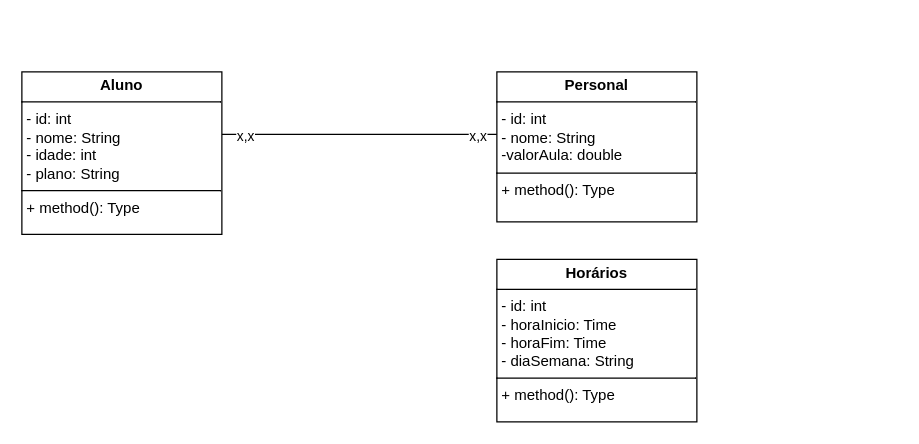
Earlier version of the draw.io diagram page "Detalhado" (1 of 2) of Academia-completo.drawio (kirigaya7447/Academia-Cadastros). Source tidied: cells renumbered, new cells numbered last; positions are measured from the earlier drawing's top-left corner, leaving out a move shared by most shapes. Both pictures are drawn from the tidied source at 125%, with x=0, y=0 at pixel (21, 71).
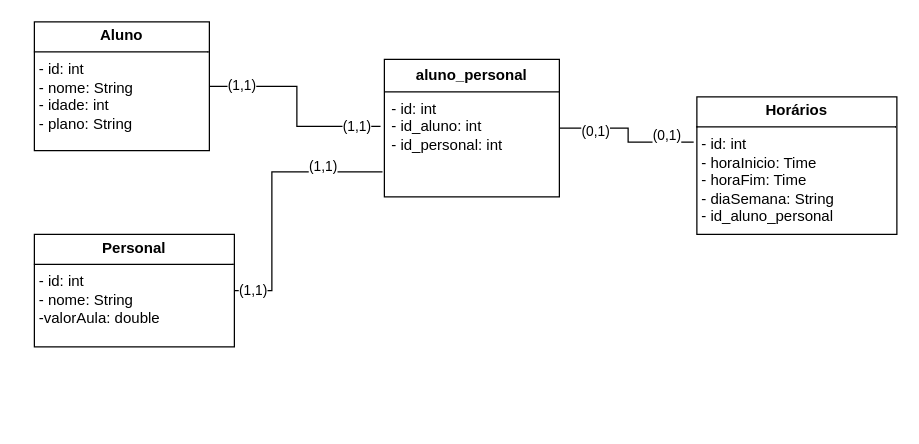
After the change.

The edit, as a diff of the source:
```diff
@@
 <mxGraphModel>
   <root>
     <mxCell id="0" />
     <mxCell id="1" parent="0" />
-    <mxCell id="2" style="edgeStyle=orthogonalEdgeStyle;rounded=0;orthogonalLoop=1;jettySize=auto;html=1;exitX=1;exitY=0.5;exitDx=0;exitDy=0;entryX=0;entryY=0.5;entryDx=0;entryDy=0;defaultLabelBackgroundColor=gap;endArrow=none;endFill=0;" parent="1" edge="1">
-      <mxGeometry relative="1" as="geometry">
-        <mxPoint x="160" y="50" as="sourcePoint" />
-        <mxPoint x="380" y="50" as="targetPoint" />
-      </mxGeometry>
-    </mxCell>
-    <mxCell id="3" value="x,x" style="edgeLabel;html=1;align=center;verticalAlign=middle;defaultLabelBackgroundColor=gap;" parent="2" vertex="1">
-      <mxGeometry x="0.85" y="-1" relative="1" as="geometry" />
-    </mxCell>
-    <mxCell id="4" value="x,x" style="edgeLabel;html=1;align=center;verticalAlign=middle;defaultLabelBackgroundColor=gap;" parent="2" vertex="1">
-      <mxGeometry x="-0.84" y="-1" relative="1" as="geometry" />
-    </mxCell>
-    <mxCell id="5" value="&lt;p style=&quot;margin:0px;margin-top:4px;text-align:center;&quot;&gt;&lt;b&gt;Aluno&lt;/b&gt;&lt;/p&gt;&lt;hr size=&quot;1&quot; style=&quot;border-style:solid;&quot;&gt;&lt;p style=&quot;margin:0px;margin-left:4px;&quot;&gt;- id: int&lt;/p&gt;&lt;p style=&quot;margin:0px;margin-left:4px;&quot;&gt;- nome: String&lt;/p&gt;&lt;p style=&quot;margin:0px;margin-left:4px;&quot;&gt;- idade: int&lt;/p&gt;&lt;p style=&quot;margin:0px;margin-left:4px;&quot;&gt;- plano: String&lt;/p&gt;&lt;hr size=&quot;1&quot; style=&quot;border-style:solid;&quot;&gt;&lt;p style=&quot;margin:0px;margin-left:4px;&quot;&gt;+ method(): Type&lt;/p&gt;" style="verticalAlign=top;align=left;overflow=fill;html=1;whiteSpace=wrap;" parent="1" vertex="1">
-      <mxGeometry width="160" height="130" as="geometry" />
+    <mxCell id="5" value="&lt;p style=&quot;margin:0px;margin-top:4px;text-align:center;&quot;&gt;&lt;b&gt;Aluno&lt;/b&gt;&lt;/p&gt;&lt;hr size=&quot;1&quot; style=&quot;border-style:solid;&quot;&gt;&lt;p style=&quot;margin:0px;margin-left:4px;&quot;&gt;- id: int&lt;/p&gt;&lt;p style=&quot;margin:0px;margin-left:4px;&quot;&gt;- nome: String&lt;/p&gt;&lt;p style=&quot;margin:0px;margin-left:4px;&quot;&gt;- idade: int&lt;/p&gt;&lt;p style=&quot;margin:0px;margin-left:4px;&quot;&gt;- plano: String&lt;/p&gt;" style="verticalAlign=top;align=left;overflow=fill;html=1;whiteSpace=wrap;" parent="1" vertex="1">
+      <mxGeometry x="10" y="-40" width="140" height="103" as="geometry" />
     </mxCell>
+    <mxCell id="9" style="edgeStyle=orthogonalEdgeStyle;rounded=0;jettySize=auto;html=1;defaultLabelBackgroundColor=page;labelPadding=0 4;endArrow=none;endFill=0;" parent="1" edge="1" source="6">
+      <mxGeometry x="0.12" relative="1" as="geometry">
+        <mxPoint x="288.5" y="80" as="targetPoint" />
+        <Array as="points">
+          <mxPoint x="200" y="175" />
+          <mxPoint x="200" y="80" />
+          <mxPoint x="288.5" y="80" />
+        </Array>
+      </mxGeometry>
+    </mxCell>
+    <mxCell id="10" value="(1,1)" style="edgeLabel;html=1;align=center;verticalAlign=middle;inheritText=1;defaultLabelBackgroundColor=page;labelPadding=0 4;" parent="9" vertex="1">
+      <mxGeometry x="-0.87" y="1" relative="1" as="geometry" />
+    </mxCell>
+    <mxCell id="11" value="(1,1)" style="edgeLabel;html=1;align=center;verticalAlign=middle;inheritText=1;defaultLabelBackgroundColor=page;labelPadding=0 4;" parent="9" vertex="1">
+      <mxGeometry x="0.84" y="4" relative="1" as="geometry">
+        <mxPoint x="-31" y="-1" as="offset" />
+      </mxGeometry>
+    </mxCell>
-    <mxCell id="6" value="&lt;p style=&quot;margin:0px;margin-top:4px;text-align:center;&quot;&gt;&lt;b&gt;Personal&lt;/b&gt;&lt;/p&gt;&lt;hr size=&quot;1&quot; style=&quot;border-style:solid;&quot;&gt;&lt;p style=&quot;margin:0px;margin-left:4px;&quot;&gt;- id: int&lt;/p&gt;&lt;p style=&quot;margin:0px;margin-left:4px;&quot;&gt;- nome: String&lt;/p&gt;&lt;p style=&quot;margin:0px;margin-left:4px;&quot;&gt;-valorAula: double&lt;/p&gt;&lt;hr size=&quot;1&quot; style=&quot;border-style:solid;&quot;&gt;&lt;p style=&quot;margin:0px;margin-left:4px;&quot;&gt;+ method(): Type&lt;/p&gt;" style="verticalAlign=top;align=left;overflow=fill;html=1;whiteSpace=wrap;" parent="1" vertex="1">
-      <mxGeometry x="380" width="160" height="120" as="geometry" />
+    <mxCell id="6" value="&lt;p style=&quot;margin:0px;margin-top:4px;text-align:center;&quot;&gt;&lt;b&gt;Personal&lt;/b&gt;&lt;/p&gt;&lt;hr size=&quot;1&quot; style=&quot;border-style:solid;&quot;&gt;&lt;p style=&quot;margin:0px;margin-left:4px;&quot;&gt;- id: int&lt;/p&gt;&lt;p style=&quot;margin:0px;margin-left:4px;&quot;&gt;- nome: String&lt;/p&gt;&lt;p style=&quot;margin:0px;margin-left:4px;&quot;&gt;-valorAula: double&lt;/p&gt;" style="verticalAlign=top;align=left;overflow=fill;html=1;whiteSpace=wrap;" parent="1" vertex="1">
+      <mxGeometry x="10" y="130" width="160" height="90" as="geometry" />
     </mxCell>
-    <mxCell id="7" value="&lt;p style=&quot;margin:0px;margin-top:4px;text-align:center;&quot;&gt;&lt;b&gt;Horários&lt;/b&gt;&lt;/p&gt;&lt;hr size=&quot;1&quot; style=&quot;border-style:solid;&quot;&gt;&lt;p style=&quot;margin:0px;margin-left:4px;&quot;&gt;- id: int&lt;/p&gt;&lt;p style=&quot;margin:0px;margin-left:4px;&quot;&gt;- horaInicio: Time&lt;/p&gt;&lt;p style=&quot;margin:0px;margin-left:4px;&quot;&gt;- horaFim: Time&lt;/p&gt;&lt;p style=&quot;margin:0px;margin-left:4px;&quot;&gt;- diaSemana: String&lt;br&gt;&lt;/p&gt;&lt;hr size=&quot;1&quot; style=&quot;border-style:solid;&quot;&gt;&lt;p style=&quot;margin:0px;margin-left:4px;&quot;&gt;+ method(): Type&lt;/p&gt;" style="verticalAlign=top;align=left;overflow=fill;html=1;whiteSpace=wrap;" parent="1" vertex="1">
-      <mxGeometry x="380" y="150" width="160" height="130" as="geometry" />
+    <mxCell id="7" value="&lt;p style=&quot;margin:0px;margin-top:4px;text-align:center;&quot;&gt;&lt;b&gt;Horários&lt;/b&gt;&lt;/p&gt;&lt;hr size=&quot;1&quot; style=&quot;border-style:solid;&quot;&gt;&lt;p style=&quot;margin:0px;margin-left:4px;&quot;&gt;- id: int&lt;/p&gt;&lt;p style=&quot;margin:0px;margin-left:4px;&quot;&gt;- horaInicio: Time&lt;/p&gt;&lt;p style=&quot;margin:0px;margin-left:4px;&quot;&gt;- horaFim: Time&lt;/p&gt;&lt;p style=&quot;margin:0px;margin-left:4px;&quot;&gt;- diaSemana: String&lt;br&gt;&lt;/p&gt;&lt;p style=&quot;margin:0px;margin-left:4px;&quot;&gt;- id_aluno_personal&lt;/p&gt;" style="verticalAlign=top;align=left;overflow=fill;html=1;whiteSpace=wrap;" parent="1" vertex="1">
+      <mxGeometry x="540" y="20" width="160" height="110" as="geometry" />
     </mxCell>
     <mxCell id="8" style="edgeStyle=orthogonalEdgeStyle;rounded=0;orthogonalLoop=1;jettySize=auto;html=1;innerLoopWaypoints=1;exitX=0.5;exitY=1;exitDx=0;exitDy=0;defaultLabelBackgroundColor=gap;" parent="1" edge="1" source="5" target="5">
       <mxGeometry relative="1" as="geometry" />
     </mxCell>
+    <mxCell id="12" value="&lt;span style=&quot;font-weight: 700;&quot;&gt;aluno_personal&lt;/span&gt;" style="swimlane;fontStyle=0;horizontal=1;startSize=26;fillColor=none;whiteSpace=wrap;html=1;" parent="1" vertex="1">
+      <mxGeometry x="290" y="-10" width="140" height="110" as="geometry" />
+    </mxCell>
+    <mxCell id="13" value="- id: int&lt;div&gt;- id_aluno: int&lt;/div&gt;&lt;div&gt;- id_personal: int&lt;/div&gt;" style="text;strokeColor=none;fillColor=none;align=left;verticalAlign=top;spacingLeft=4;spacingRight=4;overflow=hidden;points=[[0,0.5],[1,0.5]];portConstraint=eastwest;whiteSpace=wrap;html=1;" parent="12" vertex="1">
+      <mxGeometry y="26" width="140" height="84" as="geometry" />
+    </mxCell>
+    <mxCell id="14" style="edgeStyle=orthogonalEdgeStyle;rounded=0;jettySize=auto;html=1;entryX=-0.016;entryY=0.329;entryDx=0;entryDy=0;entryPerimeter=0;defaultLabelBackgroundColor=page;labelPadding=0 4;endArrow=none;endFill=0;" parent="1" edge="1" source="12" target="7">
+      <mxGeometry relative="1" as="geometry" />
+    </mxCell>
+    <mxCell id="15" value="(0,1)" style="edgeLabel;html=1;align=center;verticalAlign=middle;inheritText=1;defaultLabelBackgroundColor=page;labelPadding=0 4;" parent="14" vertex="1">
+      <mxGeometry x="0.64" y="6" relative="1" as="geometry" />
+    </mxCell>
+    <mxCell id="16" value="(0,1)" style="edgeLabel;html=1;align=center;verticalAlign=middle;inheritText=1;defaultLabelBackgroundColor=page;labelPadding=0 4;" parent="14" vertex="1">
+      <mxGeometry x="-0.53" y="-2" relative="1" as="geometry" />
+    </mxCell>
+    <mxCell id="17" style="edgeStyle=orthogonalEdgeStyle;rounded=0;jettySize=auto;html=1;entryX=-0.022;entryY=0.329;entryDx=0;entryDy=0;entryPerimeter=0;defaultLabelBackgroundColor=page;labelPadding=0 4;endArrow=none;endFill=0;" parent="1" edge="1" source="5" target="13">
+      <mxGeometry relative="1" as="geometry" />
+    </mxCell>
+    <mxCell id="18" value="(1,1)" style="edgeLabel;html=1;align=center;verticalAlign=middle;inheritText=1;defaultLabelBackgroundColor=page;labelPadding=0 4;" parent="17" vertex="1">
+      <mxGeometry x="-0.7" y="1" relative="1" as="geometry" />
+    </mxCell>
+    <mxCell id="19" value="(1,1)" style="edgeLabel;html=1;align=center;verticalAlign=middle;inheritText=1;defaultLabelBackgroundColor=page;labelPadding=0 4;" parent="17" vertex="1">
+      <mxGeometry x="0.77" relative="1" as="geometry" />
+    </mxCell>
   </root>
 </mxGraphModel>
```
